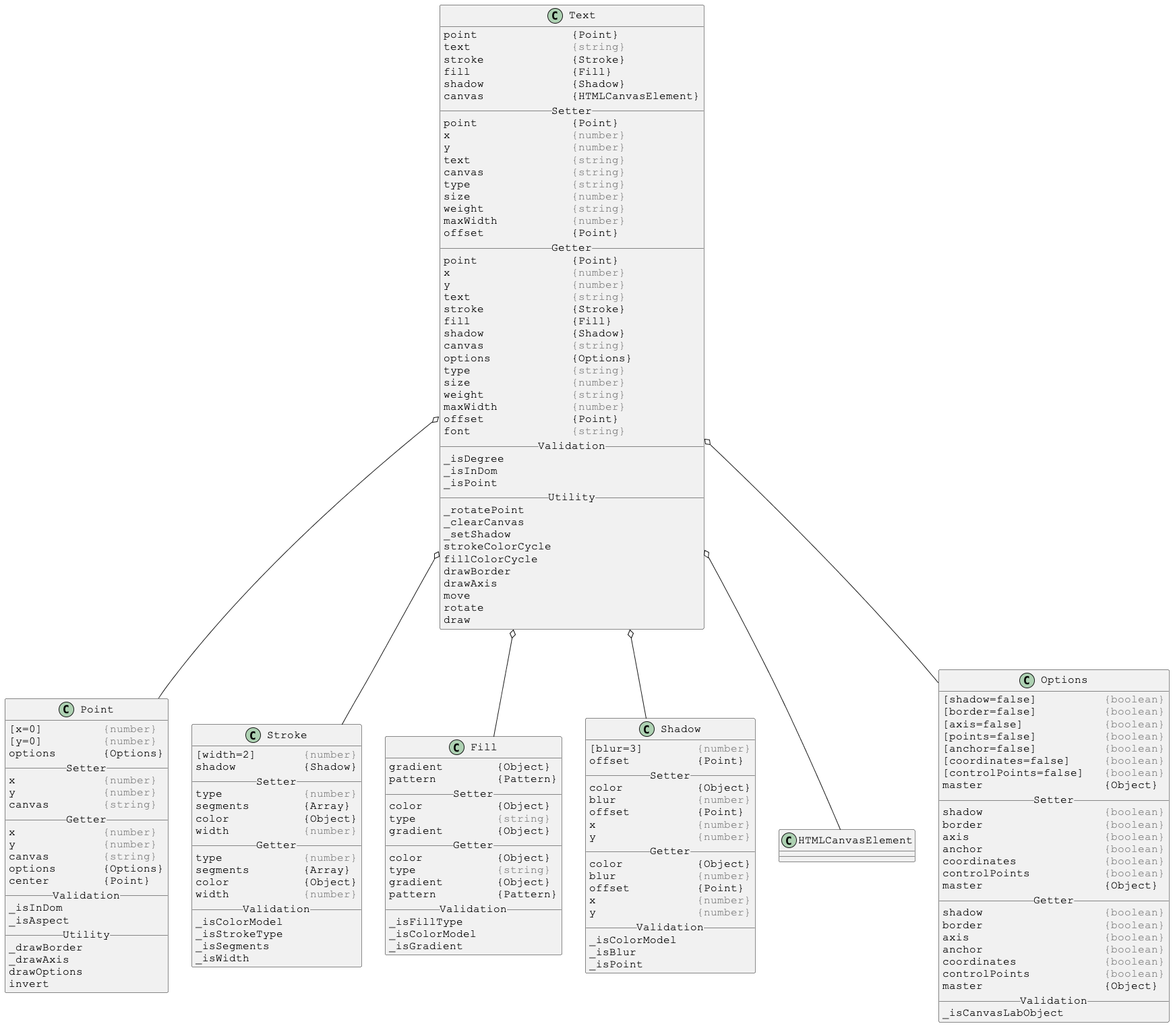
Before: docs/PlantUml/images/linked/Text-linked.png, a diagram exported from PlantUML (Justin-Byrne/canvasLab).
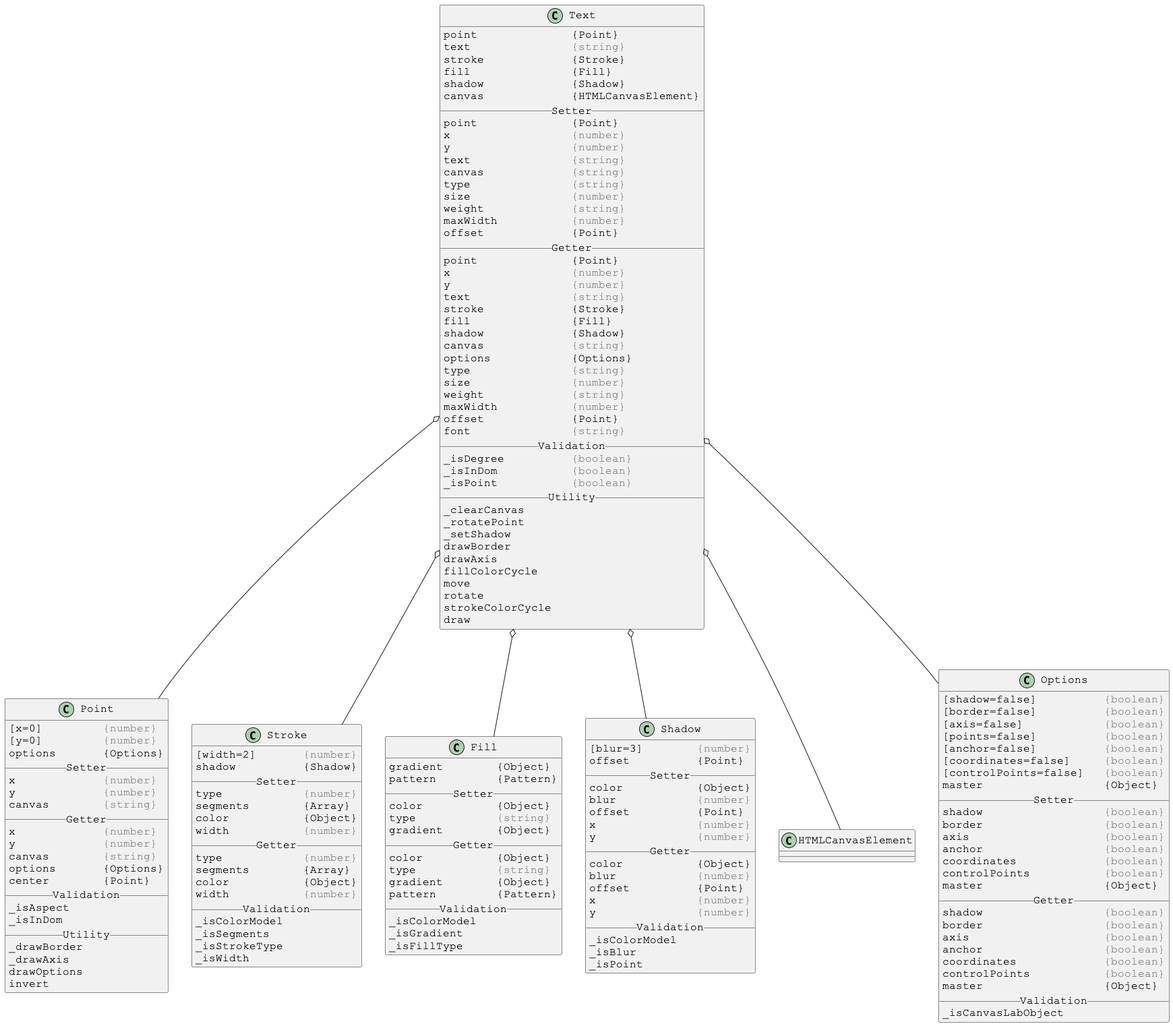
Later version of the same file.

The edit, as a diff of the source:
```diff
@@ -38,19 +38,19 @@
 offset             {Point}
 font               <color:gray>{string}</color>
 __ Validation __
-_isDegree
-_isInDom
-_isPoint
+_isDegree          <color:gray>{boolean}</color>
+_isInDom           <color:gray>{boolean}</color>
+_isPoint           <color:gray>{boolean}</color>
 __ Utility __
+_clearCanvas
 _rotatePoint
-_clearCanvas
 _setShadow
-strokeColorCycle
-fillColorCycle
 drawBorder
 drawAxis
+fillColorCycle
 move
 rotate
+strokeColorCycle
 draw
 }
 
@@ -81,8 +81,8 @@
 options       {Options}
 center        {Point}
 __ Validation __
+_isAspect
 _isInDom
-_isAspect
 __ Utility __
 _drawBorder
 _drawAxis
@@ -110,8 +110,8 @@
 width           <color:gray>{number}</color>
 __ Validation __
 _isColorModel
+_isSegments
 _isStrokeType
-_isSegments
 _isWidth
 }
 
@@ -133,9 +133,9 @@
 gradient        {Object}
 pattern         {Pattern}
 __ Validation __
-_isFillType
 _isColorModel
 _isGradient
+_isFillType
 }
 
 
```
